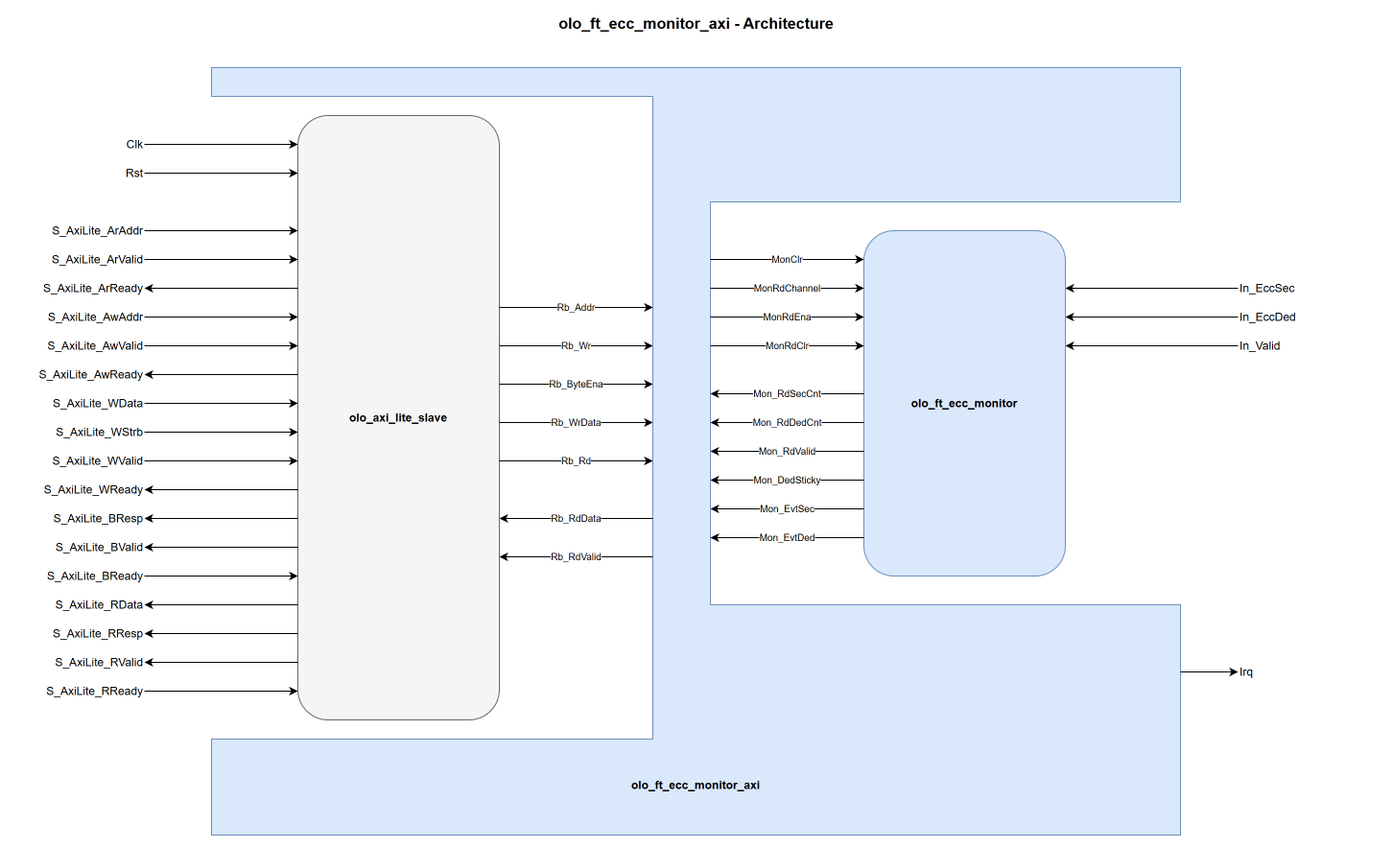
Earlier version of the draw.io export doc/ft/monitor/olo_ft_ecc_monitor_axi_arch.drawio.png (rustyqt/open-logic). Source tidied: cells renumbered, new cells last; positions are measured from the earlier drawing's top-left corner, leaving out a move shared by most shapes. The source it was exported from:
```xml
<mxGraphModel>
  <root>
    <mxCell id="0" />
    <mxCell id="1" parent="0" />
    <mxCell id="2" value="olo_ft_ecc_monitor_axi - Architecture" style="text;html=1;align=center;verticalAlign=middle;fontSize=16;fontStyle=1;" parent="1" vertex="1">
      <mxGeometry x="335" width="760" height="28" as="geometry" />
    </mxCell>
    <mxCell id="3" value="olo_ft_ecc_monitor_axi" style="shape=(stored shape, 256 characters);whiteSpace=wrap;html=1;fillColor=#dae8fc;strokeColor=#6c8ebf;verticalAlign=bottom;fontStyle=1;align=center;spacingBottom=42;" parent="1" vertex="1">
      <mxGeometry x="210" y="60" width="1010" height="800" as="geometry" />
    </mxCell>
    <mxCell id="4" value="olo_axi_lite_slave" style="rounded=1;whiteSpace=wrap;html=1;fillColor=#f5f5f5;strokeColor=#666666;fontStyle=1;" parent="1" vertex="1">
      <mxGeometry x="300" y="110" width="210" height="630" as="geometry" />
    </mxCell>
    <mxCell id="5" value="olo_ft_ecc_monitor" style="rounded=1;whiteSpace=wrap;html=1;fillColor=#dae8fc;strokeColor=#6c8ebf;fontStyle=1;" parent="1" vertex="1">
      <mxGeometry x="890" y="230" width="210" height="360" as="geometry" />
    </mxCell>
    <mxCell id="6" value="Clk" style="text;html=1;align=right;verticalAlign=middle;" parent="1" vertex="1">
      <mxGeometry y="130" width="140" height="20" as="geometry" />
    </mxCell>
    <mxCell id="7" style="html=1;endArrow=classic;rounded=0;fontSize=10;exitX=1;exitY=0.5;exitDx=0;exitDy=0;entryX=0;entryY=0.047619;entryDx=0;entryDy=0;" parent="1" edge="1" source="6" target="4">
      <mxGeometry relative="1" as="geometry" />
    </mxCell>
    <mxCell id="8" value="Rst" style="text;html=1;align=right;verticalAlign=middle;" parent="1" vertex="1">
      <mxGeometry y="160" width="140" height="20" as="geometry" />
    </mxCell>
    <mxCell id="9" style="html=1;endArrow=classic;rounded=0;fontSize=10;exitX=1;exitY=0.5;exitDx=0;exitDy=0;entryX=0;entryY=0.095238;entryDx=0;entryDy=0;" parent="1" edge="1" source="8" target="4">
      <mxGeometry relative="1" as="geometry" />
    </mxCell>
    <mxCell id="10" value="S_AxiLite_ArAddr" style="text;html=1;align=right;verticalAlign=middle;" parent="1" vertex="1">
      <mxGeometry y="220" width="140" height="20" as="geometry" />
    </mxCell>
    <mxCell id="11" style="html=1;endArrow=classic;rounded=0;fontSize=10;exitX=1;exitY=0.5;exitDx=0;exitDy=0;entryX=0;entryY=0.190476;entryDx=0;entryDy=0;" parent="1" edge="1" source="10" target="4">
      <mxGeometry relative="1" as="geometry" />
    </mxCell>
    <mxCell id="12" value="S_AxiLite_ArValid" style="text;html=1;align=right;verticalAlign=middle;" parent="1" vertex="1">
      <mxGeometry y="250" width="140" height="20" as="geometry" />
    </mxCell>
    <mxCell id="13" style="html=1;endArrow=classic;rounded=0;fontSize=10;exitX=1;exitY=0.5;exitDx=0;exitDy=0;entryX=0;entryY=0.238095;entryDx=0;entryDy=0;" parent="1" edge="1" source="12" target="4">
      <mxGeometry relative="1" as="geometry" />
    </mxCell>
    <mxCell id="14" value="S_AxiLite_ArReady" style="text;html=1;align=right;verticalAlign=middle;" parent="1" vertex="1">
      <mxGeometry y="280" width="140" height="20" as="geometry" />
    </mxCell>
    <mxCell id="15" style="html=1;endArrow=classic;rounded=0;fontSize=10;exitX=0;exitY=0.285714;exitDx=0;exitDy=0;entryX=1;entryY=0.5;entryDx=0;entryDy=0;" parent="1" edge="1" source="4" target="14">
      <mxGeometry relative="1" as="geometry" />
    </mxCell>
    <mxCell id="16" value="S_AxiLite_AwAddr" style="text;html=1;align=right;verticalAlign=middle;" parent="1" vertex="1">
      <mxGeometry y="310" width="140" height="20" as="geometry" />
    </mxCell>
    <mxCell id="17" style="html=1;endArrow=classic;rounded=0;fontSize=10;exitX=1;exitY=0.5;exitDx=0;exitDy=0;entryX=0;entryY=0.333333;entryDx=0;entryDy=0;" parent="1" edge="1" source="16" target="4">
      <mxGeometry relative="1" as="geometry" />
    </mxCell>
    <mxCell id="18" value="S_AxiLite_AwValid" style="text;html=1;align=right;verticalAlign=middle;" parent="1" vertex="1">
      <mxGeometry y="340" width="140" height="20" as="geometry" />
    </mxCell>
    <mxCell id="19" style="html=1;endArrow=classic;rounded=0;fontSize=10;exitX=1;exitY=0.5;exitDx=0;exitDy=0;entryX=0;entryY=0.380952;entryDx=0;entryDy=0;" parent="1" edge="1" source="18" target="4">
      <mxGeometry relative="1" as="geometry" />
    </mxCell>
    <mxCell id="20" value="S_AxiLite_AwReady" style="text;html=1;align=right;verticalAlign=middle;" parent="1" vertex="1">
      <mxGeometry y="370" width="140" height="20" as="geometry" />
    </mxCell>
    <mxCell id="21" style="html=1;endArrow=classic;rounded=0;fontSize=10;exitX=0;exitY=0.428571;exitDx=0;exitDy=0;entryX=1;entryY=0.5;entryDx=0;entryDy=0;" parent="1" edge="1" source="4" target="20">
      <mxGeometry relative="1" as="geometry" />
    </mxCell>
    <mxCell id="22" value="S_AxiLite_WData" style="text;html=1;align=right;verticalAlign=middle;" parent="1" vertex="1">
      <mxGeometry y="400" width="140" height="20" as="geometry" />
    </mxCell>
    <mxCell id="23" style="html=1;endArrow=classic;rounded=0;fontSize=10;exitX=1;exitY=0.5;exitDx=0;exitDy=0;entryX=0;entryY=0.47619;entryDx=0;entryDy=0;" parent="1" edge="1" source="22" target="4">
      <mxGeometry relative="1" as="geometry" />
    </mxCell>
    <mxCell id="24" value="S_AxiLite_WStrb" style="text;html=1;align=right;verticalAlign=middle;" parent="1" vertex="1">
      <mxGeometry y="430" width="140" height="20" as="geometry" />
    </mxCell>
    <mxCell id="25" style="html=1;endArrow=classic;rounded=0;fontSize=10;exitX=1;exitY=0.5;exitDx=0;exitDy=0;entryX=0;entryY=0.52381;entryDx=0;entryDy=0;" parent="1" edge="1" source="24" target="4">
      <mxGeometry relative="1" as="geometry" />
    </mxCell>
    <mxCell id="26" value="S_AxiLite_WValid" style="text;html=1;align=right;verticalAlign=middle;" parent="1" vertex="1">
      <mxGeometry y="460" width="140" height="20" as="geometry" />
    </mxCell>
    <mxCell id="27" style="html=1;endArrow=classic;rounded=0;fontSize=10;exitX=1;exitY=0.5;exitDx=0;exitDy=0;entryX=0;entryY=0.571429;entryDx=0;entryDy=0;" parent="1" edge="1" source="26" target="4">
      <mxGeometry relative="1" as="geometry" />
    </mxCell>
    <mxCell id="28" value="S_AxiLite_WReady" style="text;html=1;align=right;verticalAlign=middle;" parent="1" vertex="1">
      <mxGeometry y="490" width="140" height="20" as="geometry" />
    </mxCell>
    <mxCell id="29" style="html=1;endArrow=classic;rounded=0;fontSize=10;exitX=0;exitY=0.619048;exitDx=0;exitDy=0;entryX=1;entryY=0.5;entryDx=0;entryDy=0;" parent="1" edge="1" source="4" target="28">
      <mxGeometry relative="1" as="geometry" />
    </mxCell>
    <mxCell id="30" value="S_AxiLite_BResp" style="text;html=1;align=right;verticalAlign=middle;" parent="1" vertex="1">
      <mxGeometry y="520" width="140" height="20" as="geometry" />
    </mxCell>
    <mxCell id="31" style="html=1;endArrow=classic;rounded=0;fontSize=10;exitX=0;exitY=0.666667;exitDx=0;exitDy=0;entryX=1;entryY=0.5;entryDx=0;entryDy=0;" parent="1" edge="1" source="4" target="30">
      <mxGeometry relative="1" as="geometry" />
    </mxCell>
    <mxCell id="32" value="S_AxiLite_BValid" style="text;html=1;align=right;verticalAlign=middle;" parent="1" vertex="1">
      <mxGeometry y="550" width="140" height="20" as="geometry" />
    </mxCell>
    <mxCell id="33" style="html=1;endArrow=classic;rounded=0;fontSize=10;exitX=0;exitY=0.714286;exitDx=0;exitDy=0;entryX=1;entryY=0.5;entryDx=0;entryDy=0;" parent="1" edge="1" source="4" target="32">
      <mxGeometry relative="1" as="geometry" />
    </mxCell>
    <mxCell id="34" value="S_AxiLite_BReady" style="text;html=1;align=right;verticalAlign=middle;" parent="1" vertex="1">
      <mxGeometry y="580" width="140" height="20" as="geometry" />
    </mxCell>
    <mxCell id="35" style="html=1;endArrow=classic;rounded=0;fontSize=10;exitX=1;exitY=0.5;exitDx=0;exitDy=0;entryX=0;entryY=0.761905;entryDx=0;entryDy=0;" parent="1" edge="1" source="34" target="4">
      <mxGeometry relative="1" as="geometry" />
    </mxCell>
    <mxCell id="36" value="S_AxiLite_RData" style="text;html=1;align=right;verticalAlign=middle;" parent="1" vertex="1">
      <mxGeometry y="610" width="140" height="20" as="geometry" />
    </mxCell>
    <mxCell id="37" style="html=1;endArrow=classic;rounded=0;fontSize=10;exitX=0;exitY=0.809524;exitDx=0;exitDy=0;entryX=1;entryY=0.5;entryDx=0;entryDy=0;" parent="1" edge="1" source="4" target="36">
      <mxGeometry relative="1" as="geometry" />
    </mxCell>
    <mxCell id="38" value="S_AxiLite_RResp" style="text;html=1;align=right;verticalAlign=middle;" parent="1" vertex="1">
      <mxGeometry y="640" width="140" height="20" as="geometry" />
    </mxCell>
    <mxCell id="39" style="html=1;endArrow=classic;rounded=0;fontSize=10;exitX=0;exitY=0.857143;exitDx=0;exitDy=0;entryX=1;entryY=0.5;entryDx=0;entryDy=0;" parent="1" edge="1" source="4" target="38">
      <mxGeometry relative="1" as="geometry" />
    </mxCell>
    <mxCell id="40" value="S_AxiLite_RValid" style="text;html=1;align=right;verticalAlign=middle;" parent="1" vertex="1">
      <mxGeometry y="670" width="140" height="20" as="geometry" />
    </mxCell>
    <mxCell id="41" style="html=1;endArrow=classic;rounded=0;fontSize=10;exitX=0;exitY=0.904762;exitDx=0;exitDy=0;entryX=1;entryY=0.5;entryDx=0;entryDy=0;" parent="1" edge="1" source="4" target="40">
      <mxGeometry relative="1" as="geometry" />
    </mxCell>
    <mxCell id="42" value="S_AxiLite_RReady" style="text;html=1;align=right;verticalAlign=middle;" parent="1" vertex="1">
      <mxGeometry y="700" width="140" height="20" as="geometry" />
    </mxCell>
    <mxCell id="43" style="html=1;endArrow=classic;rounded=0;fontSize=10;exitX=1;exitY=0.5;exitDx=0;exitDy=0;entryX=0;entryY=0.952381;entryDx=0;entryDy=0;" parent="1" edge="1" source="42" target="4">
      <mxGeometry relative="1" as="geometry" />
    </mxCell>
    <mxCell id="44" value="Rb_Addr" style="html=1;endArrow=classic;rounded=0;fontSize=10;exitX=1;exitY=0.31746;exitDx=0;exitDy=0;" parent="1" edge="1" source="4">
      <mxGeometry relative="1" as="geometry">
        <mxPoint x="670" y="310" as="targetPoint" />
      </mxGeometry>
    </mxCell>
    <mxCell id="45" value="Rb_Wr" style="html=1;endArrow=classic;rounded=0;fontSize=10;exitX=1;exitY=0.380952;exitDx=0;exitDy=0;" parent="1" edge="1" source="4">
      <mxGeometry relative="1" as="geometry">
        <mxPoint x="670" y="350" as="targetPoint" />
      </mxGeometry>
    </mxCell>
    <mxCell id="46" value="Rb_ByteEna" style="html=1;endArrow=classic;rounded=0;fontSize=10;exitX=1;exitY=0.444444;exitDx=0;exitDy=0;" parent="1" edge="1" source="4">
      <mxGeometry relative="1" as="geometry">
        <mxPoint x="670" y="390" as="targetPoint" />
      </mxGeometry>
    </mxCell>
    <mxCell id="47" value="Rb_WrData" style="html=1;endArrow=classic;rounded=0;fontSize=10;exitX=1;exitY=0.507937;exitDx=0;exitDy=0;" parent="1" edge="1" source="4">
      <mxGeometry relative="1" as="geometry">
        <mxPoint x="670" y="430" as="targetPoint" />
      </mxGeometry>
    </mxCell>
    <mxCell id="48" value="Rb_Rd" style="html=1;endArrow=classic;rounded=0;fontSize=10;exitX=1;exitY=0.571429;exitDx=0;exitDy=0;" parent="1" edge="1" source="4">
      <mxGeometry relative="1" as="geometry">
        <mxPoint x="670" y="470" as="targetPoint" />
      </mxGeometry>
    </mxCell>
    <mxCell id="49" value="Rb_RdData" style="html=1;endArrow=classic;rounded=0;fontSize=10;entryX=1;entryY=0.666667;entryDx=0;entryDy=0;" parent="1" edge="1" target="4">
      <mxGeometry relative="1" as="geometry">
        <mxPoint x="670" y="530" as="sourcePoint" />
      </mxGeometry>
    </mxCell>
    <mxCell id="50" value="Rb_RdValid" style="html=1;endArrow=classic;rounded=0;fontSize=10;entryX=1;entryY=0.730159;entryDx=0;entryDy=0;" parent="1" edge="1" target="4">
      <mxGeometry relative="1" as="geometry">
        <mxPoint x="670" y="570" as="sourcePoint" />
      </mxGeometry>
    </mxCell>
    <mxCell id="51" value="MonClr" style="html=1;endArrow=classic;rounded=0;fontSize=10;entryX=0;entryY=0.083333;entryDx=0;entryDy=0;" parent="1" edge="1" target="5">
      <mxGeometry relative="1" as="geometry">
        <mxPoint x="730" y="260" as="sourcePoint" />
      </mxGeometry>
    </mxCell>
    <mxCell id="52" value="MonRdChannel" style="html=1;endArrow=classic;rounded=0;fontSize=10;entryX=0;entryY=0.166667;entryDx=0;entryDy=0;" parent="1" edge="1" target="5">
      <mxGeometry relative="1" as="geometry">
        <mxPoint x="730" y="290" as="sourcePoint" />
      </mxGeometry>
    </mxCell>
    <mxCell id="53" value="MonRdEna" style="html=1;endArrow=classic;rounded=0;fontSize=10;entryX=0;entryY=0.25;entryDx=0;entryDy=0;" parent="1" edge="1" target="5">
      <mxGeometry relative="1" as="geometry">
        <mxPoint x="730" y="320" as="sourcePoint" />
      </mxGeometry>
    </mxCell>
    <mxCell id="54" value="MonRdClr" style="html=1;endArrow=classic;rounded=0;fontSize=10;entryX=0;entryY=0.333333;entryDx=0;entryDy=0;" parent="1" edge="1" target="5">
      <mxGeometry relative="1" as="geometry">
        <mxPoint x="730" y="350" as="sourcePoint" />
      </mxGeometry>
    </mxCell>
    <mxCell id="55" value="Mon_RdSecCnt" style="html=1;endArrow=classic;rounded=0;fontSize=10;exitX=0;exitY=0.472222;exitDx=0;exitDy=0;" parent="1" edge="1" source="5">
      <mxGeometry relative="1" as="geometry">
        <mxPoint x="730" y="400" as="targetPoint" />
      </mxGeometry>
    </mxCell>
    <mxCell id="56" value="Mon_RdDedCnt" style="html=1;endArrow=classic;rounded=0;fontSize=10;exitX=0;exitY=0.555556;exitDx=0;exitDy=0;" parent="1" edge="1" source="5">
      <mxGeometry relative="1" as="geometry">
        <mxPoint x="730" y="430" as="targetPoint" />
      </mxGeometry>
    </mxCell>
    <mxCell id="57" value="Mon_RdValid" style="html=1;endArrow=classic;rounded=0;fontSize=10;exitX=0;exitY=0.638889;exitDx=0;exitDy=0;" parent="1" edge="1" source="5">
      <mxGeometry relative="1" as="geometry">
        <mxPoint x="730" y="460" as="targetPoint" />
      </mxGeometry>
    </mxCell>
    <mxCell id="58" value="Mon_DedSticky" style="html=1;endArrow=classic;rounded=0;fontSize=10;exitX=0;exitY=0.722222;exitDx=0;exitDy=0;" parent="1" edge="1" source="5">
      <mxGeometry relative="1" as="geometry">
        <mxPoint x="730" y="490" as="targetPoint" />
      </mxGeometry>
    </mxCell>
    <mxCell id="59" value="Mon_EvtSec" style="html=1;endArrow=classic;rounded=0;fontSize=10;exitX=0;exitY=0.805556;exitDx=0;exitDy=0;" parent="1" edge="1" source="5">
      <mxGeometry relative="1" as="geometry">
        <mxPoint x="730" y="520" as="targetPoint" />
      </mxGeometry>
    </mxCell>
    <mxCell id="60" value="Mon_EvtDed" style="html=1;endArrow=classic;rounded=0;fontSize=10;exitX=0;exitY=0.888889;exitDx=0;exitDy=0;" parent="1" edge="1" source="5">
      <mxGeometry relative="1" as="geometry">
        <mxPoint x="730" y="550" as="targetPoint" />
      </mxGeometry>
    </mxCell>
    <mxCell id="61" value="In_EccSec" style="text;html=1;align=left;verticalAlign=middle;" parent="1" vertex="1">
      <mxGeometry x="1280" y="280" width="150" height="20" as="geometry" />
    </mxCell>
    <mxCell id="62" style="html=1;endArrow=classic;rounded=0;fontSize=10;exitX=0;exitY=0.5;exitDx=0;exitDy=0;entryX=1;entryY=0.166667;entryDx=0;entryDy=0;" parent="1" edge="1" source="61" target="5">
      <mxGeometry relative="1" as="geometry" />
    </mxCell>
    <mxCell id="63" value="In_EccDed" style="text;html=1;align=left;verticalAlign=middle;" parent="1" vertex="1">
      <mxGeometry x="1280" y="310" width="150" height="20" as="geometry" />
    </mxCell>
    <mxCell id="64" style="html=1;endArrow=classic;rounded=0;fontSize=10;exitX=0;exitY=0.5;exitDx=0;exitDy=0;entryX=1;entryY=0.25;entryDx=0;entryDy=0;" parent="1" edge="1" source="63" target="5">
      <mxGeometry relative="1" as="geometry" />
    </mxCell>
    <mxCell id="65" value="In_Valid" style="text;html=1;align=left;verticalAlign=middle;" parent="1" vertex="1">
      <mxGeometry x="1280" y="340" width="150" height="20" as="geometry" />
    </mxCell>
    <mxCell id="66" style="html=1;endArrow=classic;rounded=0;fontSize=10;exitX=0;exitY=0.5;exitDx=0;exitDy=0;entryX=1;entryY=0.333333;entryDx=0;entryDy=0;" parent="1" edge="1" source="65" target="5">
      <mxGeometry relative="1" as="geometry" />
    </mxCell>
    <mxCell id="67" value="Irq" style="text;html=1;align=left;verticalAlign=middle;" parent="1" vertex="1">
      <mxGeometry x="1280" y="680" width="150" height="20" as="geometry" />
    </mxCell>
    <mxCell id="68" style="html=1;endArrow=classic;rounded=0;fontSize=10;exitX=1;exitY=0.7875;exitDx=0;exitDy=0;entryX=0;entryY=0.5;entryDx=0;entryDy=0;" parent="1" edge="1" source="3" target="67">
      <mxGeometry relative="1" as="geometry" />
    </mxCell>
  </root>
</mxGraphModel>
```
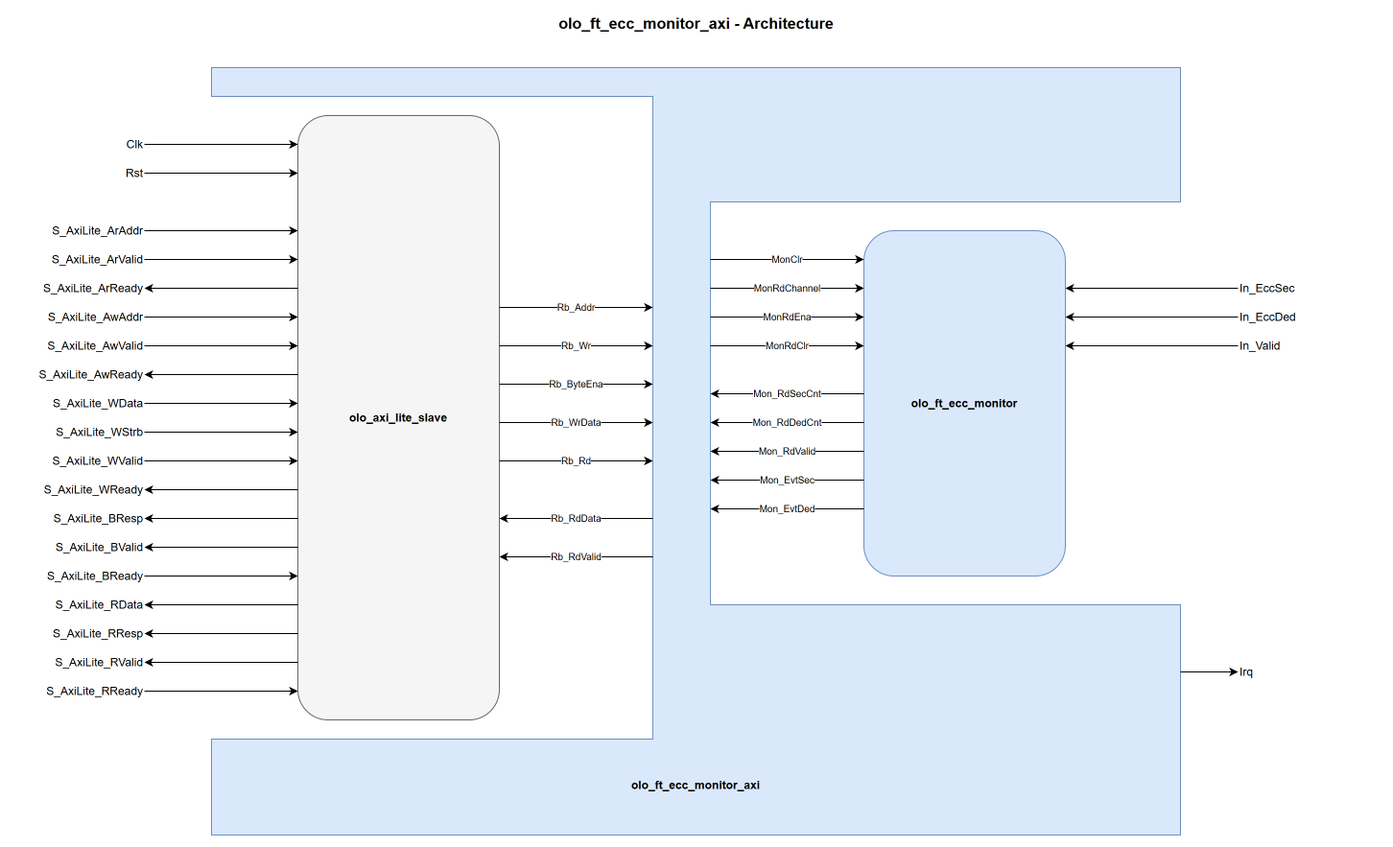
After the change.

Commit message:
IMPROVEMENT: Remove the DED_STICKY registers from olo_ft_ecc_monitor_axi

Change to the diagram source:
```diff
@@ -198,19 +198,14 @@
         <mxPoint x="730" y="460" as="targetPoint" />
       </mxGeometry>
     </mxCell>
-    <mxCell id="58" value="Mon_DedSticky" style="html=1;endArrow=classic;rounded=0;fontSize=10;exitX=0;exitY=0.722222;exitDx=0;exitDy=0;" parent="1" edge="1" source="5">
-      <mxGeometry relative="1" as="geometry">
-        <mxPoint x="730" y="490" as="targetPoint" />
-      </mxGeometry>
-    </mxCell>
-    <mxCell id="59" value="Mon_EvtSec" style="html=1;endArrow=classic;rounded=0;fontSize=10;exitX=0;exitY=0.805556;exitDx=0;exitDy=0;" parent="1" edge="1" source="5">
+    <mxCell id="59" value="Mon_EvtSec" style="html=1;endArrow=classic;rounded=0;fontSize=10;exitX=0;exitY=0.722222;exitDx=0;exitDy=0;" parent="1" edge="1" source="5">
       <mxGeometry relative="1" as="geometry">
-        <mxPoint x="730" y="520" as="targetPoint" />
+        <mxPoint x="730" y="490" as="targetPoint" />
       </mxGeometry>
     </mxCell>
-    <mxCell id="60" value="Mon_EvtDed" style="html=1;endArrow=classic;rounded=0;fontSize=10;exitX=0;exitY=0.888889;exitDx=0;exitDy=0;" parent="1" edge="1" source="5">
+    <mxCell id="60" value="Mon_EvtDed" style="html=1;endArrow=classic;rounded=0;fontSize=10;exitX=0;exitY=0.805556;exitDx=0;exitDy=0;" parent="1" edge="1" source="5">
       <mxGeometry relative="1" as="geometry">
-        <mxPoint x="730" y="550" as="targetPoint" />
+        <mxPoint x="730" y="520" as="targetPoint" />
       </mxGeometry>
     </mxCell>
     <mxCell id="61" value="In_EccSec" style="text;html=1;align=left;verticalAlign=middle;" parent="1" vertex="1">
```
